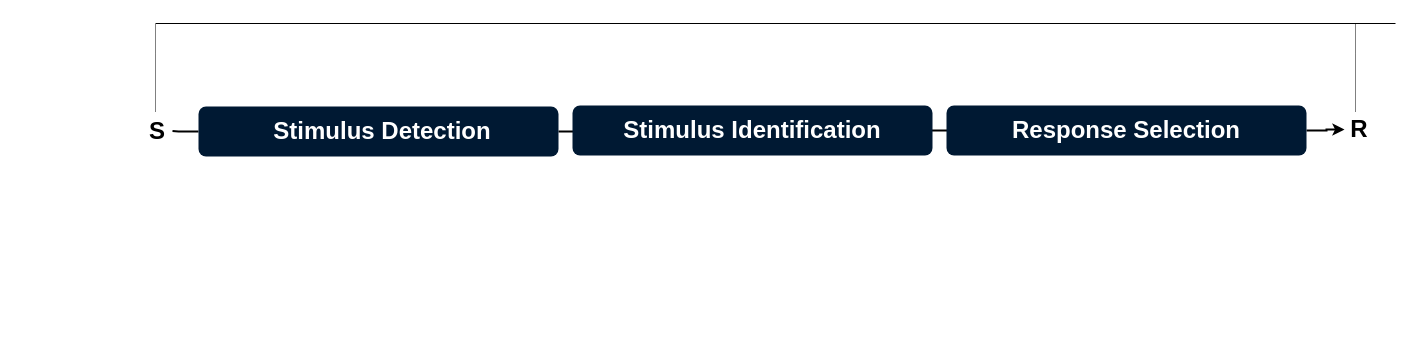
Earlier version of the draw.io diagram donders.drawio (lindemann09/figures_rt_chapter). Source tidied: cells renumbered, new cells numbered last; positions are measured from the earlier drawing's top-left corner, leaving out a move shared by most shapes. Both pictures are drawn from the tidied source at 100%, with x=0, y=0 at pixel (142, 23).
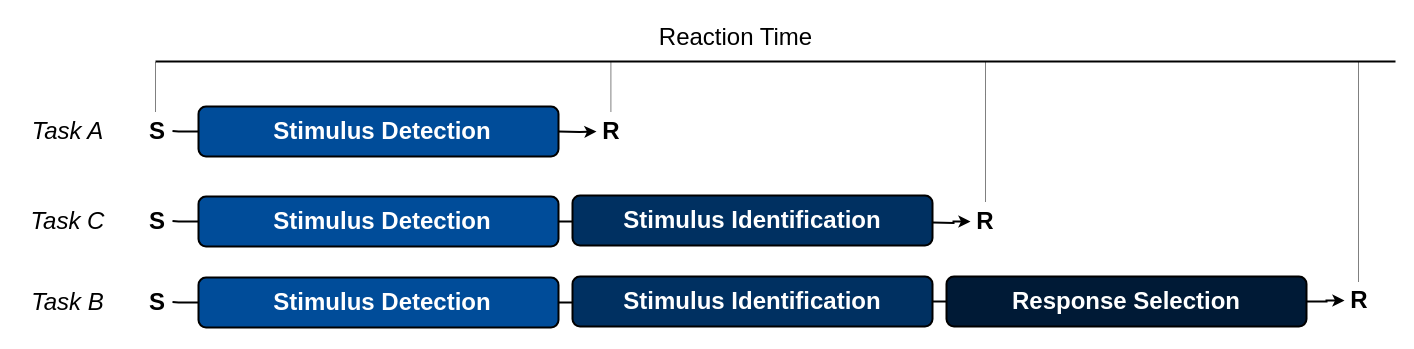
Above is the later version.

Change to the diagram source:
```diff
@@
-    <mxCell id="3" style="edgeStyle=orthogonalEdgeStyle;rounded=0;jettySize=auto;html=1;exitX=1;exitY=0.5;exitDx=0;exitDy=0;strokeColor=default;strokeWidth=2;fontSize=24;endArrow=none;endFill=0;" parent="1" edge="1" source="4" target="8">
-      <mxGeometry relative="1" as="geometry" />
-    </mxCell>
-    <mxCell id="4" style="whiteSpace=wrap;html=1;rounded=1;shadow=0;strokeWidth=8;fontSize=20;align=center;fillColor=#001933;strokeColor=none;" parent="1" vertex="1">
+    <mxCell id="4" style="whiteSpace=wrap;html=1;rounded=1;shadow=0;strokeWidth=2;fontSize=20;align=center;fillColor=#004C99;strokeColor=default;" parent="1" vertex="1">
       <mxGeometry x="56" y="83" width="360" height="50" as="geometry" />
     </mxCell>
@@
-    <mxCell id="7" style="edgeStyle=orthogonalEdgeStyle;rounded=0;jettySize=auto;html=1;exitX=1;exitY=0.5;exitDx=0;exitDy=0;strokeColor=default;strokeWidth=2;fontSize=24;fontColor=#FFFFFF;endArrow=none;endFill=0;" parent="1" edge="1" source="8" target="10">
-      <mxGeometry relative="1" as="geometry" />
-    </mxCell>
-    <mxCell id="8" value="&lt;font style=&quot;font-size: 24px;&quot; color=&quot;#ffffff&quot;&gt;&lt;b&gt;Stimulus Identification&lt;/b&gt;&lt;/font&gt;" style="whiteSpace=wrap;html=1;rounded=1;shadow=0;strokeWidth=8;fontSize=20;align=center;fillColor=#001933;strokeColor=none;" parent="1" vertex="1">
-      <mxGeometry x="430" y="82" width="360" height="50" as="geometry" />
-    </mxCell>
-    <mxCell id="9" style="edgeStyle=orthogonalEdgeStyle;rounded=0;jettySize=auto;html=1;exitX=1;exitY=0.5;exitDx=0;exitDy=0;strokeColor=default;strokeWidth=2;fontSize=24;fontColor=#FFFFFF;" parent="1" edge="1" source="10" target="11">
-      <mxGeometry relative="1" as="geometry" />
+    <mxCell id="9" style="edgeStyle=orthogonalEdgeStyle;rounded=0;jettySize=auto;html=1;exitX=1;exitY=0.5;exitDx=0;exitDy=0;strokeColor=default;strokeWidth=2;fontSize=24;fontColor=#FFFFFF;" parent="1" edge="1" target="11">
+      <mxGeometry relative="1" as="geometry">
+        <mxPoint x="416" y="108" as="sourcePoint" />
+      </mxGeometry>
     </mxCell>
-    <mxCell id="10" value="&lt;font style=&quot;font-size: 24px;&quot; color=&quot;#ffffff&quot;&gt;&lt;b&gt;Response Selection&lt;/b&gt;&lt;/font&gt;" style="whiteSpace=wrap;html=1;rounded=1;shadow=0;strokeWidth=8;fontSize=20;align=center;fillColor=#001933;strokeColor=none;fontColor=#FFFFFF;" parent="1" vertex="1">
-      <mxGeometry x="804" y="82" width="360" height="50" as="geometry" />
-    </mxCell>
     <mxCell id="11" value="&lt;font style=&quot;font-size: 24px;&quot;&gt;&lt;b&gt;R&lt;/b&gt;&lt;/font&gt;" style="whiteSpace=wrap;html=1;rounded=1;shadow=0;strokeWidth=8;fontSize=20;align=center;fillColor=none;strokeColor=none;fontColor=#000000;" parent="1" vertex="1">
-      <mxGeometry x="1202" y="93" width="30" height="26" as="geometry" />
+      <mxGeometry x="454" y="95" width="30" height="26" as="geometry" />
     </mxCell>
-    <mxCell id="12" style="edgeStyle=none;orthogonalLoop=1;jettySize=auto;html=1;rounded=0;strokeColor=default;strokeWidth=1;fontSize=24;fontColor=#000000;startArrow=none;startFill=0;endArrow=none;endFill=0;" parent="1" edge="1">
+    <mxCell id="12" style="edgeStyle=none;orthogonalLoop=1;jettySize=auto;html=1;rounded=0;strokeColor=default;strokeWidth=2;fontSize=24;fontColor=#000000;startArrow=none;startFill=0;endArrow=none;endFill=0;" parent="1" edge="1">
       <mxGeometry relative="1" as="geometry">
-        <mxPoint x="13" as="sourcePoint" />
-        <mxPoint x="1253" as="targetPoint" />
+        <mxPoint x="13" y="38" as="sourcePoint" />
+        <mxPoint x="1253" y="38" as="targetPoint" />
       </mxGeometry>
     </mxCell>
     <mxCell id="13" style="edgeStyle=none;orthogonalLoop=1;jettySize=auto;html=1;rounded=0;strokeColor=default;strokeWidth=1;fontSize=24;fontColor=#000000;startArrow=none;startFill=0;endArrow=none;endFill=0;dashed=1;dashPattern=1 1;" parent="1" edge="1">
       <mxGeometry relative="1" as="geometry">
         <mxPoint x="13" y="88" as="sourcePoint" />
-        <mxPoint x="13" as="targetPoint" />
+        <mxPoint x="13" y="38" as="targetPoint" />
       </mxGeometry>
     </mxCell>
     <mxCell id="14" style="edgeStyle=none;orthogonalLoop=1;jettySize=auto;html=1;rounded=0;strokeColor=default;strokeWidth=1;fontSize=24;fontColor=#000000;startArrow=none;startFill=0;endArrow=none;endFill=0;dashed=1;dashPattern=1 1;" parent="1" edge="1">
       <mxGeometry relative="1" as="geometry">
-        <mxPoint x="1213" y="88" as="sourcePoint" />
-        <mxPoint x="1213" as="targetPoint" />
+        <mxPoint x="1216" y="258" as="sourcePoint" />
+        <mxPoint x="1216" y="38" as="targetPoint" />
       </mxGeometry>
     </mxCell>
+    <mxCell id="15" value="&lt;font style=&quot;font-size: 24px;&quot;&gt;Reaction Time&lt;/font&gt;" style="text;html=1;align=center;verticalAlign=middle;fillColor=none;strokeColor=none;rounded=0;" parent="1" vertex="1">
+      <mxGeometry x="503" y="-6" width="180" height="40" as="geometry" />
+    </mxCell>
+    <mxCell id="16" value="&lt;i style=&quot;&quot;&gt;Task A&lt;/i&gt;" style="text;html=1;align=center;verticalAlign=middle;fillColor=none;strokeColor=none;rounded=0;fontSize=24;" parent="1" vertex="1">
+      <mxGeometry x="-125" y="88" width="100" height="40" as="geometry" />
+    </mxCell>
+    <mxCell id="17" style="edgeStyle=orthogonalEdgeStyle;rounded=0;jettySize=auto;html=1;strokeColor=default;strokeWidth=2;endArrow=none;endFill=0;startArrow=none;startFill=0;" parent="1" edge="1" source="19" target="21">
+      <mxGeometry relative="1" as="geometry" />
+    </mxCell>
+    <mxCell id="18" style="edgeStyle=orthogonalEdgeStyle;rounded=0;jettySize=auto;html=1;exitX=1;exitY=0.5;exitDx=0;exitDy=0;strokeColor=default;strokeWidth=2;fontSize=24;endArrow=none;endFill=0;" parent="1" edge="1" source="19" target="22">
+      <mxGeometry relative="1" as="geometry" />
+    </mxCell>
+    <mxCell id="19" style="whiteSpace=wrap;html=1;rounded=1;shadow=0;strokeWidth=2;fontSize=20;align=center;fillColor=#004C99;strokeColor=default;" parent="1" vertex="1">
+      <mxGeometry x="56" y="173" width="360" height="50" as="geometry" />
+    </mxCell>
+    <mxCell id="20" value="Stimulus Detection" style="text;html=1;strokeColor=none;fillColor=none;align=center;verticalAlign=middle;whiteSpace=wrap;rounded=0;shadow=0;fontSize=24;fontColor=#FFFFFF;fontStyle=1;" parent="1" vertex="1">
+      <mxGeometry x="100" y="168" width="280" height="60" as="geometry" />
+    </mxCell>
+    <mxCell id="21" value="&lt;font style=&quot;font-size: 24px;&quot;&gt;S&lt;/font&gt;" style="whiteSpace=wrap;html=1;rounded=1;shadow=0;strokeWidth=8;fontSize=24;align=center;fillColor=none;strokeColor=none;fontStyle=1;" parent="1" vertex="1">
+      <mxGeometry y="185" width="30" height="25" as="geometry" />
+    </mxCell>
+    <mxCell id="22" value="&lt;font style=&quot;font-size: 24px;&quot; color=&quot;#ffffff&quot;&gt;&lt;b&gt;Stimulus Identification&lt;/b&gt;&lt;/font&gt;" style="whiteSpace=wrap;html=1;rounded=1;shadow=0;strokeWidth=2;fontSize=20;align=center;fillColor=#003061;strokeColor=default;" parent="1" vertex="1">
+      <mxGeometry x="430" y="172" width="360" height="50" as="geometry" />
+    </mxCell>
+    <mxCell id="23" style="edgeStyle=orthogonalEdgeStyle;rounded=0;jettySize=auto;html=1;exitX=1;exitY=0.5;exitDx=0;exitDy=0;strokeColor=default;strokeWidth=2;fontSize=24;fontColor=#FFFFFF;" parent="1" edge="1" target="24">
+      <mxGeometry relative="1" as="geometry">
+        <mxPoint x="790" y="199" as="sourcePoint" />
+      </mxGeometry>
+    </mxCell>
+    <mxCell id="24" value="&lt;font style=&quot;font-size: 24px;&quot;&gt;&lt;b&gt;R&lt;/b&gt;&lt;/font&gt;" style="whiteSpace=wrap;html=1;rounded=1;shadow=0;strokeWidth=8;fontSize=20;align=center;fillColor=none;strokeColor=none;fontColor=#000000;" parent="1" vertex="1">
+      <mxGeometry x="828" y="185" width="30" height="26" as="geometry" />
+    </mxCell>
+    <mxCell id="25" value="&lt;i style=&quot;&quot;&gt;Task C&lt;/i&gt;" style="text;html=1;align=center;verticalAlign=middle;fillColor=none;strokeColor=none;rounded=0;fontSize=24;" parent="1" vertex="1">
+      <mxGeometry x="-125" y="178" width="100" height="40" as="geometry" />
+    </mxCell>
+    <mxCell id="26" style="edgeStyle=orthogonalEdgeStyle;rounded=0;jettySize=auto;html=1;strokeColor=default;strokeWidth=2;endArrow=none;endFill=0;startArrow=none;startFill=0;" parent="1" edge="1" source="28" target="30">
+      <mxGeometry relative="1" as="geometry" />
+    </mxCell>
+    <mxCell id="27" style="edgeStyle=orthogonalEdgeStyle;rounded=0;jettySize=auto;html=1;exitX=1;exitY=0.5;exitDx=0;exitDy=0;strokeColor=default;strokeWidth=2;fontSize=24;endArrow=none;endFill=0;" parent="1" edge="1" source="28" target="32">
+      <mxGeometry relative="1" as="geometry" />
+    </mxCell>
+    <mxCell id="28" style="whiteSpace=wrap;html=1;rounded=1;shadow=0;strokeWidth=2;fontSize=20;align=center;fillColor=#004C99;strokeColor=default;" parent="1" vertex="1">
+      <mxGeometry x="56" y="254" width="360" height="50" as="geometry" />
+    </mxCell>
+    <mxCell id="29" value="Stimulus Detection" style="text;html=1;strokeColor=none;fillColor=none;align=center;verticalAlign=middle;whiteSpace=wrap;rounded=0;shadow=0;fontSize=24;fontColor=#FFFFFF;fontStyle=1;" parent="1" vertex="1">
+      <mxGeometry x="100" y="249" width="280" height="60" as="geometry" />
+    </mxCell>
+    <mxCell id="30" value="&lt;font style=&quot;font-size: 24px;&quot;&gt;S&lt;/font&gt;" style="whiteSpace=wrap;html=1;rounded=1;shadow=0;strokeWidth=8;fontSize=24;align=center;fillColor=none;strokeColor=none;fontStyle=1;" parent="1" vertex="1">
+      <mxGeometry y="266" width="30" height="25" as="geometry" />
+    </mxCell>
+    <mxCell id="31" style="edgeStyle=orthogonalEdgeStyle;rounded=0;jettySize=auto;html=1;exitX=1;exitY=0.5;exitDx=0;exitDy=0;strokeColor=default;strokeWidth=2;fontSize=24;fontColor=#FFFFFF;endArrow=none;endFill=0;" parent="1" edge="1" source="32" target="10">
+      <mxGeometry relative="1" as="geometry" />
+    </mxCell>
+    <mxCell id="32" value="&lt;font style=&quot;font-size: 24px;&quot; color=&quot;#ffffff&quot;&gt;&lt;b&gt;Stimulus Identification&lt;/b&gt;&lt;/font&gt;" style="whiteSpace=wrap;html=1;rounded=1;shadow=0;strokeWidth=2;fontSize=20;align=center;fillColor=#003061;strokeColor=default;" parent="1" vertex="1">
+      <mxGeometry x="430" y="253" width="360" height="50" as="geometry" />
+    </mxCell>
+    <mxCell id="33" style="edgeStyle=orthogonalEdgeStyle;rounded=0;jettySize=auto;html=1;exitX=1;exitY=0.5;exitDx=0;exitDy=0;strokeColor=default;strokeWidth=2;fontSize=24;fontColor=#FFFFFF;" parent="1" edge="1" source="10" target="34">
+      <mxGeometry relative="1" as="geometry" />
+    </mxCell>
+    <mxCell id="10" value="&lt;font style=&quot;font-size: 24px;&quot; color=&quot;#ffffff&quot;&gt;&lt;b&gt;Response Selection&lt;/b&gt;&lt;/font&gt;" style="whiteSpace=wrap;html=1;rounded=1;shadow=0;strokeWidth=2;fontSize=20;align=center;fillColor=#001A36;strokeColor=default;fontColor=#FFFFFF;" parent="1" vertex="1">
+      <mxGeometry x="804" y="253" width="360" height="50" as="geometry" />
+    </mxCell>
+    <mxCell id="34" value="&lt;font style=&quot;font-size: 24px;&quot;&gt;&lt;b&gt;R&lt;/b&gt;&lt;/font&gt;" style="whiteSpace=wrap;html=1;rounded=1;shadow=0;strokeWidth=8;fontSize=20;align=center;fillColor=none;strokeColor=none;fontColor=#000000;" parent="1" vertex="1">
+      <mxGeometry x="1202" y="264" width="30" height="26" as="geometry" />
+    </mxCell>
+    <mxCell id="35" value="&lt;i style=&quot;&quot;&gt;Task B&lt;br&gt;&lt;/i&gt;" style="text;html=1;align=center;verticalAlign=middle;fillColor=none;strokeColor=none;rounded=0;fontSize=24;" parent="1" vertex="1">
+      <mxGeometry x="-125" y="259" width="100" height="40" as="geometry" />
+    </mxCell>
+    <mxCell id="36" style="edgeStyle=none;orthogonalLoop=1;jettySize=auto;html=1;rounded=0;strokeColor=default;strokeWidth=1;fontSize=24;fontColor=#000000;startArrow=none;startFill=0;endArrow=none;endFill=0;dashed=1;dashPattern=1 1;" parent="1" edge="1">
+      <mxGeometry relative="1" as="geometry">
+        <mxPoint x="468.4" y="88" as="sourcePoint" />
+        <mxPoint x="468.4" y="38" as="targetPoint" />
+      </mxGeometry>
+    </mxCell>
+    <mxCell id="37" style="edgeStyle=none;orthogonalLoop=1;jettySize=auto;html=1;rounded=0;strokeColor=default;strokeWidth=1;fontSize=24;fontColor=#000000;startArrow=none;startFill=0;endArrow=none;endFill=0;dashed=1;dashPattern=1 1;" parent="1" edge="1">
+      <mxGeometry relative="1" as="geometry">
+        <mxPoint x="843" y="178" as="sourcePoint" />
+        <mxPoint x="843" y="38" as="targetPoint" />
+      </mxGeometry>
+    </mxCell>
```
